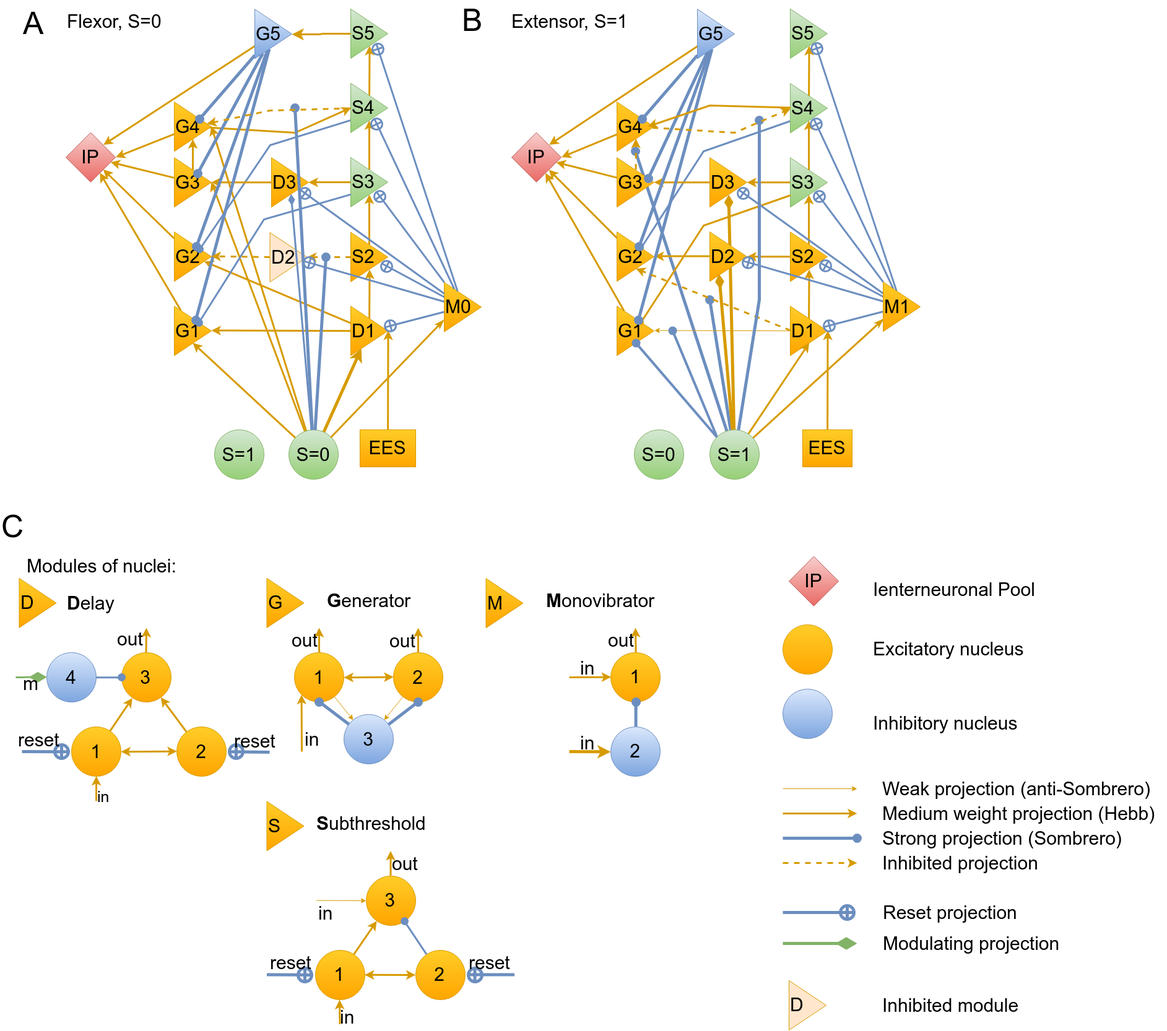
research-team/memristive-spinal-cord keeps this draw.io diagram as doc/diagram/cpg_generator_FE_paper.png. Above is the earlier version. Source tidied: cells renumbered, new cells last; positions are measured from the earlier drawing's top-left corner, leaving out a move shared by most shapes.
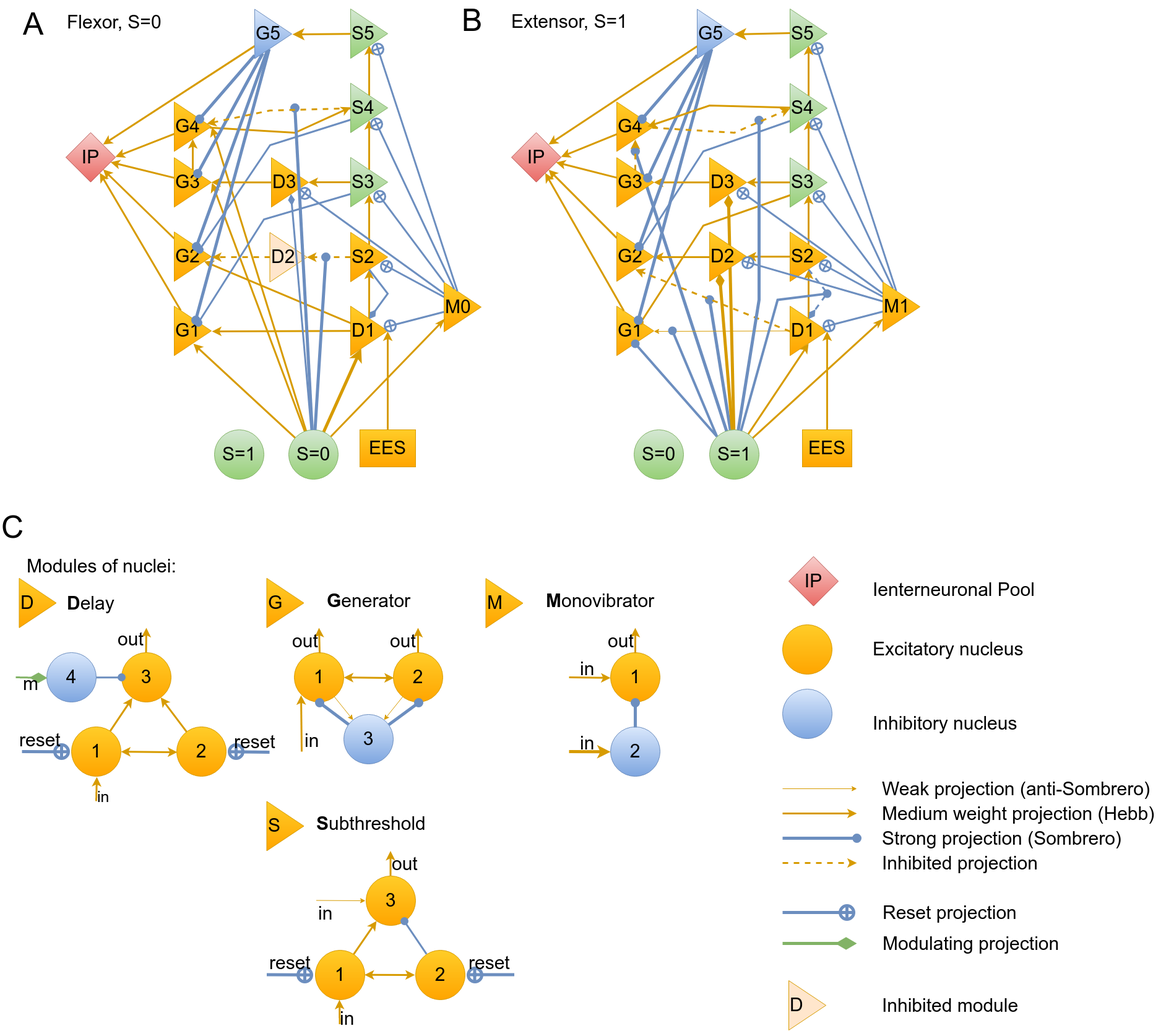
After the commit.

Commit message:
CPG_FE:Speed: updated S2->D1 projection

The edit, as a diff of the source:
```diff
@@ -632,7 +632,7 @@
     <mxCell id="181" value="S5" style="triangle;whiteSpace=wrap;html=1;rounded=0;shadow=0;glass=0;comic=0;labelBackgroundColor=none;strokeColor=#82b366;strokeWidth=1;fillColor=#d5e8d4;fontSize=30;fontColor=#000000;align=left;gradientColor=#97d077;" parent="86" vertex="1">
       <mxGeometry x="566" y="13.9" width="60" height="80" as="geometry" />
     </mxCell>
-    <mxCell id="182" style="edgeStyle=elbowEdgeStyle;rounded=1;html=1;entryX=1;entryY=0.5;startArrow=none;startFill=0;endArrow=classic;endFill=1;endSize=10;jettySize=auto;strokeColor=#d79b00;strokeWidth=3;fontSize=20;fontColor=#000000;fillColor=#ffcd28;gradientColor=#ffa500;" parent="86" edge="1" source="181" target="130">
+    <mxCell id="182" style="rounded=1;html=1;entryX=1;entryY=0.5;startArrow=none;startFill=0;endArrow=classic;endFill=1;endSize=10;jettySize=auto;strokeColor=#d79b00;strokeWidth=3;fontSize=20;fontColor=#000000;fillColor=#ffcd28;gradientColor=#ffa500;" parent="86" edge="1" source="181" target="130">
       <mxGeometry relative="1" as="geometry" />
     </mxCell>
     <mxCell id="183" style="edgeStyle=none;rounded=0;comic=0;html=1;shadow=0;labelBackgroundColor=none;startArrow=none;startFill=0;startSize=6;endArrow=circlePlus;endFill=0;endSize=6;jettySize=auto;strokeColor=#6c8ebf;strokeWidth=3;fillColor=#dae8fc;gradientColor=#7ea6e0;fontSize=30;fontColor=#000000;align=left;" parent="86" edge="1" source="190" target="134">
@@ -681,11 +681,6 @@
         <mxPoint x="613.6" y="423.8" as="targetPoint" />
       </mxGeometry>
     </mxCell>
-    <mxCell id="197" style="edgeStyle=none;rounded=0;comic=0;html=1;shadow=0;labelBackgroundColor=none;startArrow=none;startFill=0;startSize=6;endArrow=circlePlus;endFill=0;endSize=6;jettySize=auto;strokeColor=#6c8ebf;strokeWidth=3;fillColor=#dae8fc;gradientColor=#7ea6e0;fontSize=30;fontColor=#000000;align=left;" parent="86" edge="1" source="191">
-      <mxGeometry relative="1" as="geometry">
-        <mxPoint x="487.9" y="420.8" as="targetPoint" />
-      </mxGeometry>
-    </mxCell>
     <mxCell id="198" style="edgeStyle=none;rounded=0;comic=0;html=1;shadow=0;labelBackgroundColor=none;startArrow=none;startFill=0;startSize=6;endArrow=circlePlus;endFill=0;endSize=6;jettySize=auto;strokeColor=#6c8ebf;strokeWidth=3;fillColor=#dae8fc;gradientColor=#7ea6e0;fontSize=30;fontColor=#000000;align=left;" parent="86" edge="1" source="191">
       <mxGeometry relative="1" as="geometry">
         <mxPoint x="618.6" y="529.1" as="targetPoint" />
@@ -729,5 +724,30 @@
         </Array>
       </mxGeometry>
     </mxCell>
+    <mxCell id="205" style="edgeStyle=none;rounded=0;comic=0;html=1;shadow=0;labelBackgroundColor=none;startArrow=none;startFill=0;startSize=6;endArrow=diamondThin;endFill=1;endSize=10;jettySize=auto;strokeColor=#6c8ebf;strokeWidth=3;fillColor=#dae8fc;gradientColor=#7ea6e0;fontSize=20;fontColor=#000000;align=left;entryX=0.5;entryY=0;exitX=0.5;exitY=1;" parent="86" edge="1" source="122" target="98">
+      <mxGeometry relative="1" as="geometry">
+        <Array as="points">
+          <mxPoint x="626" y="474" />
+        </Array>
+      </mxGeometry>
+    </mxCell>
+    <mxCell id="206" style="rounded=1;html=1;entryX=1;entryY=0.5;startArrow=none;startFill=0;endArrow=classic;endFill=1;endSize=10;jettySize=auto;strokeColor=#d79b00;strokeWidth=3;fontSize=20;fontColor=#000000;fillColor=#ffcd28;gradientColor=#ffa500;exitX=0;exitY=0.5;" parent="86" edge="1" source="180" target="169">
+      <mxGeometry relative="1" as="geometry" />
+    </mxCell>
+    <mxCell id="207" style="edgeStyle=none;rounded=0;comic=0;html=1;shadow=0;labelBackgroundColor=none;startArrow=none;startFill=0;startSize=6;endArrow=diamondThin;endFill=1;endSize=10;jettySize=auto;strokeColor=#6c8ebf;strokeWidth=3;fillColor=#dae8fc;gradientColor=#7ea6e0;fontSize=20;fontColor=#000000;align=left;entryX=0.5;entryY=0;exitX=0.5;exitY=1;dashed=1;" parent="86" edge="1" source="160" target="134">
+      <mxGeometry relative="1" as="geometry">
+        <Array as="points">
+          <mxPoint x="1336.1" y="473" />
+        </Array>
+      </mxGeometry>
+    </mxCell>
+    <mxCell id="208" style="edgeStyle=none;rounded=0;html=1;endArrow=oval;endFill=1;jettySize=auto;strokeWidth=4;fontSize=20;fillColor=#dae8fc;strokeColor=#6c8ebf;gradientColor=#7ea6e0;endSize=10;" parent="86" edge="1" source="141">
+      <mxGeometry relative="1" as="geometry">
+        <mxPoint x="1336" y="474" as="targetPoint" />
+        <Array as="points">
+          <mxPoint x="1256" y="484" />
+        </Array>
+      </mxGeometry>
+    </mxCell>
   </root>
 </mxGraphModel>
```
